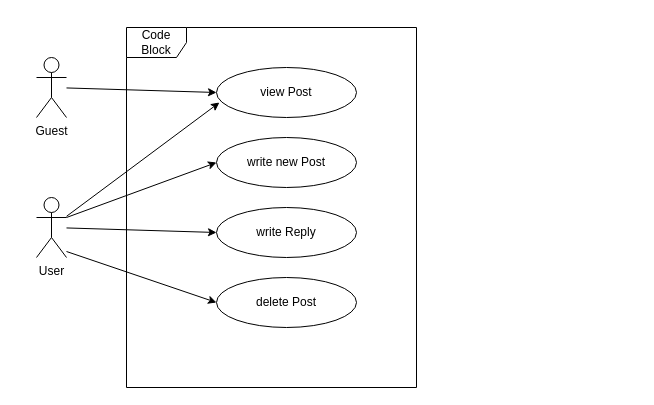
This is Documentation/final report/Doc/Pics/drawio/forum_use-case.drawio from yuchitoto/CSCI3100-Project, a draw.io file, before an edit. Source tidied: cells renumbered, new cells numbered last; positions are measured from the earlier drawing's top-left corner, leaving out a move shared by most shapes. Both pictures are drawn from the tidied source at 100%, with x=0, y=0 at pixel (36, 27).
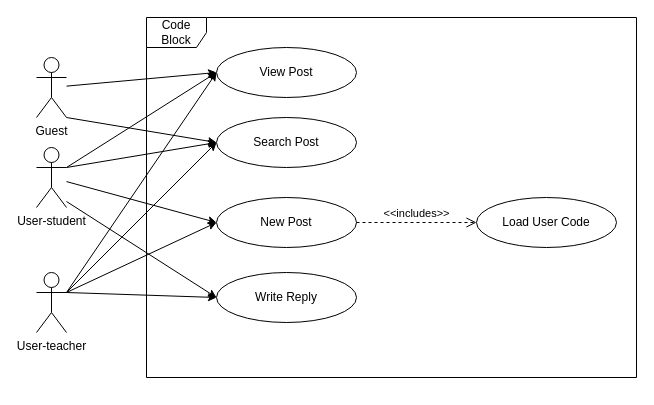
After the change.

Unchanged cells that the change refers to:
```xml
<mxCell id="2" value="Guest" style="shape=umlActor;verticalLabelPosition=bottom;labelBackgroundColor=#ffffff;verticalAlign=top;html=1;" parent="1" vertex="1">
  <mxGeometry y="30" width="30" height="60" as="geometry" />
</mxCell>
```

The edit, as a diff of the source:
```diff
@@
-    <mxCell id="3" value="User" style="shape=umlActor;verticalLabelPosition=bottom;labelBackgroundColor=#ffffff;verticalAlign=top;html=1;" parent="1" vertex="1">
-      <mxGeometry y="170" width="30" height="60" as="geometry" />
+    <mxCell id="3" value="User-student" style="shape=umlActor;verticalLabelPosition=bottom;labelBackgroundColor=#ffffff;verticalAlign=top;html=1;" parent="1" vertex="1">
+      <mxGeometry y="120" width="30" height="60" as="geometry" />
     </mxCell>
-    <mxCell id="4" value="view Post" style="ellipse;whiteSpace=wrap;html=1;" parent="1" vertex="1">
-      <mxGeometry x="180" y="40" width="140" height="50" as="geometry" />
+    <mxCell id="4" value="View Post" style="ellipse;whiteSpace=wrap;html=1;" parent="1" vertex="1">
+      <mxGeometry x="180" y="20" width="140" height="50" as="geometry" />
     </mxCell>
-    <mxCell id="5" value="write new Post" style="ellipse;whiteSpace=wrap;html=1;" parent="1" vertex="1">
-      <mxGeometry x="180" y="110" width="140" height="50" as="geometry" />
+    <mxCell id="5" value="Search Post" style="ellipse;whiteSpace=wrap;html=1;" parent="1" vertex="1">
+      <mxGeometry x="180" y="90" width="140" height="50" as="geometry" />
     </mxCell>
-    <mxCell id="6" value="write Reply" style="ellipse;whiteSpace=wrap;html=1;" parent="1" vertex="1">
-      <mxGeometry x="180" y="180" width="140" height="50" as="geometry" />
+    <mxCell id="6" value="New Post" style="ellipse;whiteSpace=wrap;html=1;" parent="1" vertex="1">
+      <mxGeometry x="180" y="170" width="140" height="50" as="geometry" />
     </mxCell>
-    <mxCell id="7" value="delete Post" style="ellipse;whiteSpace=wrap;html=1;" parent="1" vertex="1">
-      <mxGeometry x="180" y="250" width="140" height="50" as="geometry" />
+    <mxCell id="7" value="Write Reply" style="ellipse;whiteSpace=wrap;html=1;" parent="1" vertex="1">
+      <mxGeometry x="180" y="245" width="140" height="50" as="geometry" />
     </mxCell>
+    <mxCell id="14" value="Load User Code" style="ellipse;whiteSpace=wrap;html=1;" parent="1" vertex="1">
+      <mxGeometry x="440" y="170" width="140" height="50" as="geometry" />
+    </mxCell>
@@
+    <mxCell id="15" style="endArrow=classic;html=1;exitX=1;exitY=1;exitDx=0;exitDy=0;exitPerimeter=0;entryX=0;entryY=0.5;entryDx=0;entryDy=0;" parent="1" edge="1" source="2" target="5">
+      <mxGeometry relative="1" as="geometry" />
+    </mxCell>
@@
     <mxCell id="12" value="Code Block" style="shape=umlFrame;whiteSpace=wrap;html=1;" parent="1" vertex="1">
-      <mxGeometry x="90" width="290" height="360" as="geometry" />
+      <mxGeometry x="110" y="-10" width="490" height="360" as="geometry" />
     </mxCell>
+    <mxCell id="16" value="User-teacher" style="shape=umlActor;verticalLabelPosition=bottom;labelBackgroundColor=#ffffff;verticalAlign=top;html=1;" parent="1" vertex="1">
+      <mxGeometry y="245" width="30" height="60" as="geometry" />
+    </mxCell>
+    <mxCell id="17" style="endArrow=classic;html=1;entryX=0;entryY=0.5;entryDx=0;entryDy=0;exitX=1;exitY=0.3333333333333333;exitDx=0;exitDy=0;exitPerimeter=0;" parent="1" edge="1" source="16" target="5">
+      <mxGeometry relative="1" as="geometry" />
+    </mxCell>
+    <mxCell id="18" style="endArrow=classic;html=1;entryX=0;entryY=0.5;entryDx=0;entryDy=0;exitX=1;exitY=0.3333333333333333;exitDx=0;exitDy=0;exitPerimeter=0;" parent="1" edge="1" source="16" target="6">
+      <mxGeometry relative="1" as="geometry" />
+    </mxCell>
+    <mxCell id="19" style="endArrow=classic;html=1;entryX=0;entryY=0.5;entryDx=0;entryDy=0;exitX=1;exitY=0.3333333333333333;exitDx=0;exitDy=0;exitPerimeter=0;" parent="1" edge="1" source="16" target="7">
+      <mxGeometry relative="1" as="geometry" />
+    </mxCell>
+    <mxCell id="20" value="&amp;lt;&amp;lt;includes&amp;gt;&amp;gt;" style="html=1;verticalAlign=bottom;endArrow=open;dashed=1;endSize=8;entryX=0;entryY=0.5;entryDx=0;entryDy=0;exitX=1;exitY=0.5;exitDx=0;exitDy=0;" parent="1" edge="1" source="6" target="14">
+      <mxGeometry relative="1" as="geometry" />
+    </mxCell>
-    <mxCell id="13" style="endArrow=classic;html=1;entryX=0.021;entryY=0.7;entryDx=0;entryDy=0;entryPerimeter=0;" parent="1" edge="1" source="3" target="4">
+    <mxCell id="13" style="endArrow=classic;html=1;entryX=0;entryY=0.5;entryDx=0;entryDy=0;exitX=1;exitY=0.3333333333333333;exitDx=0;exitDy=0;exitPerimeter=0;" parent="1" edge="1" source="3" target="4">
       <mxGeometry relative="1" as="geometry" />
     </mxCell>
+    <mxCell id="21" style="endArrow=classic;html=1;entryX=0;entryY=0.5;entryDx=0;entryDy=0;exitX=1;exitY=0.3333333333333333;exitDx=0;exitDy=0;exitPerimeter=0;" parent="1" edge="1" source="16" target="4">
+      <mxGeometry relative="1" as="geometry" />
+    </mxCell>
```
